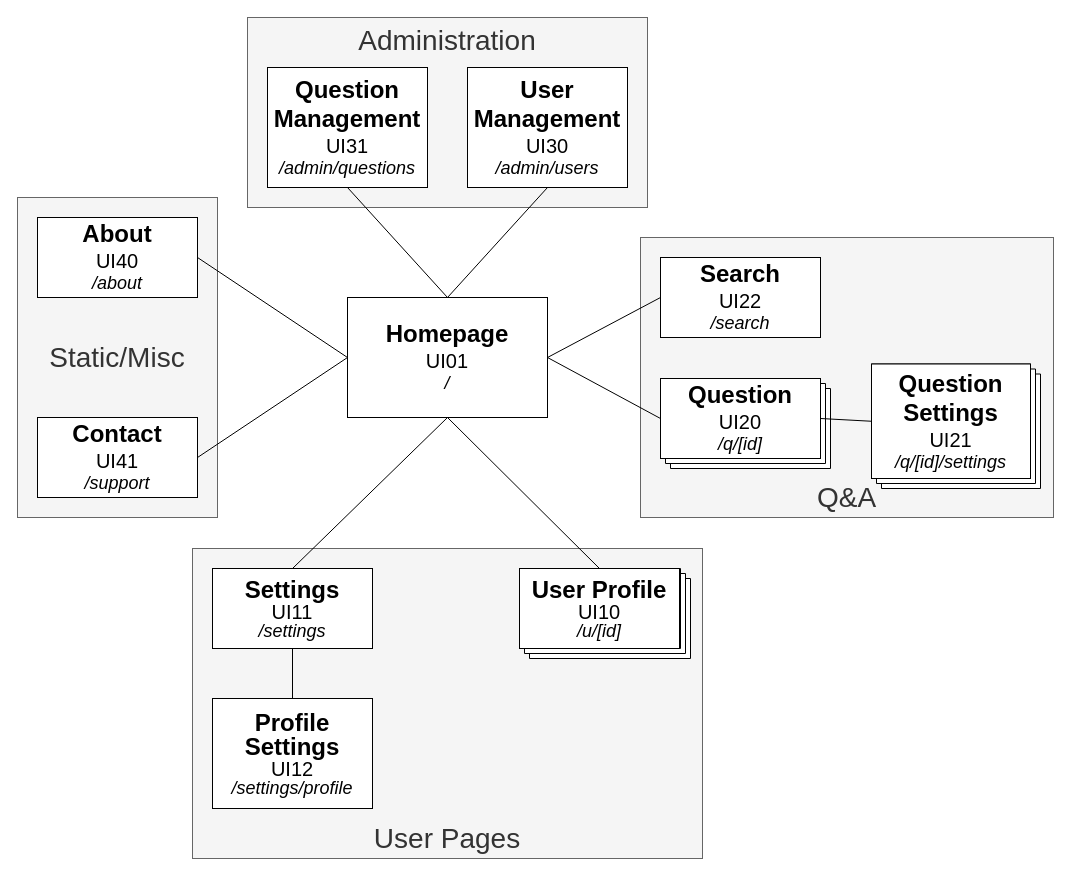
The draw.io diagram docs/sitemap.drawio in FabioMiguel2000/iNeedHelp, before the edit. Source tidied: cells renumbered, new cells numbered last; positions are measured from the earlier drawing's top-left corner, leaving out a move shared by most shapes. Both pictures are drawn from the tidied source at 100%, with x=0, y=0 at pixel (17, 17).
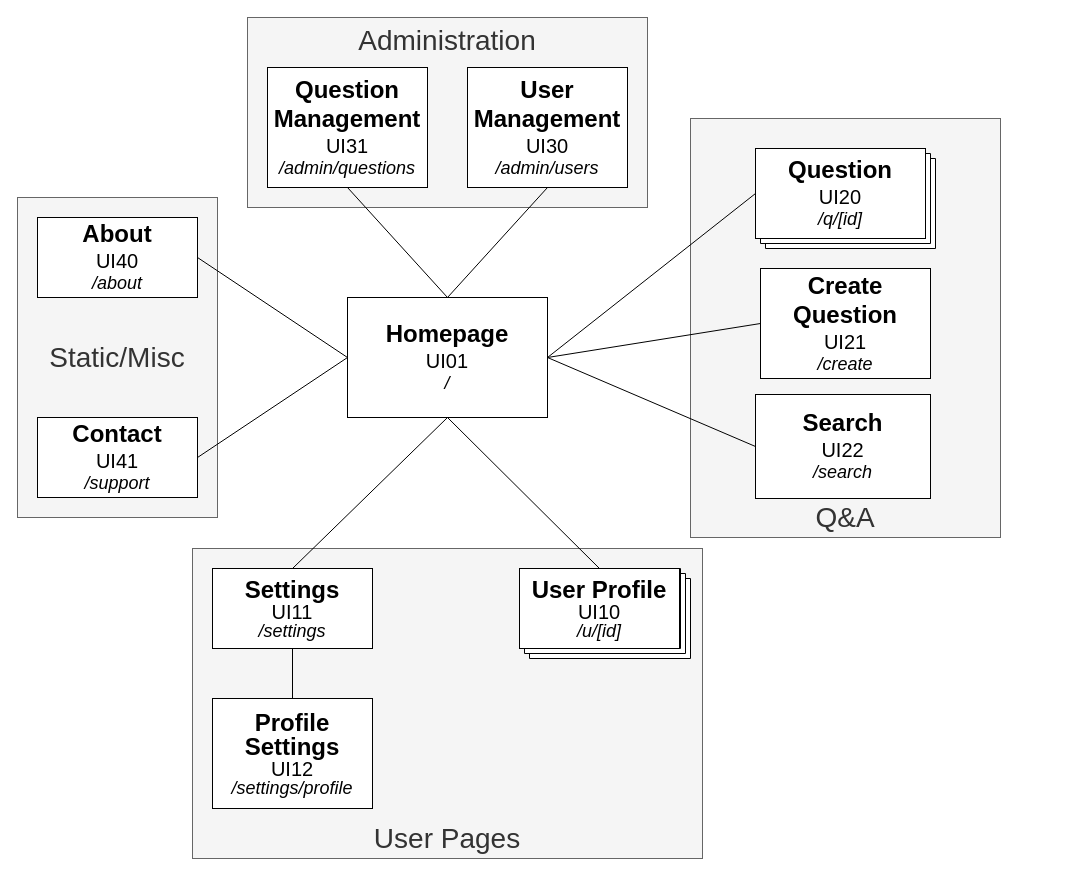
Above is the later version.

Commit message (it also covers changes not shown here):
sitemap and wireframe changes

The change refers to these unchanged cells:
```xml
<mxCell id="9" value="&lt;font&gt;&lt;b&gt;&lt;font style=&quot;font-size: 24px&quot;&gt;Homepage&lt;/font&gt;&lt;br&gt;&lt;/b&gt;&lt;/font&gt;&lt;font&gt;&lt;span style=&quot;font-size: 20px&quot;&gt;UI01&lt;/span&gt;&lt;br&gt;&lt;font style=&quot;font-size: 18px&quot;&gt;&lt;i&gt;/&lt;/i&gt;&lt;/font&gt;&lt;br&gt;&lt;/font&gt;" style="rounded=0;whiteSpace=wrap;html=1;fillColor=default;strokeColor=default;fontColor=default;spacing=2;" parent="1" vertex="1">
  <mxGeometry x="330" y="280" width="200" height="120" as="geometry" />
</mxCell>
```

Diff of the diagram source:
```diff
@@
     <mxCell id="2" value="&lt;font style=&quot;font-size: 28px&quot;&gt;Q&amp;amp;A&lt;/font&gt;" style="rounded=0;whiteSpace=wrap;html=1;fontColor=#333333;strokeColor=#666666;fillColor=#f5f5f5;verticalAlign=bottom;" parent="1" vertex="1">
-      <mxGeometry x="623" y="220" width="413" height="280" as="geometry" />
+      <mxGeometry x="673" y="101" width="310" height="419" as="geometry" />
     </mxCell>
-    <mxCell id="3" style="verticalLabelPosition=bottom;verticalAlign=top;html=1;shape=mxgraph.basic.layered_rect;dx=10;fontSize=16;strokeWidth=1;" parent="1" vertex="1">
-      <mxGeometry x="854" y="346.5" width="169" height="124.5" as="geometry" />
-    </mxCell>
@@
     <mxCell id="6" style="verticalLabelPosition=bottom;verticalAlign=top;html=1;shape=mxgraph.basic.layered_rect;dx=10;fontSize=16;strokeWidth=1;" parent="1" vertex="1">
-      <mxGeometry x="643" y="361" width="170" height="90" as="geometry" />
+      <mxGeometry x="738" y="131" width="180" height="100" as="geometry" />
     </mxCell>
@@
     <mxCell id="10" value="&lt;font&gt;&lt;b&gt;&lt;span style=&quot;font-size: 24px&quot;&gt;Question&lt;/span&gt;&lt;br&gt;&lt;/b&gt;&lt;/font&gt;&lt;font&gt;&lt;span style=&quot;font-size: 20px&quot;&gt;UI20&lt;/span&gt;&lt;br&gt;&lt;font style=&quot;font-size: 18px&quot;&gt;&lt;i&gt;/q/[id]&lt;/i&gt;&lt;/font&gt;&lt;br&gt;&lt;/font&gt;" style="rounded=0;whiteSpace=wrap;html=1;fillColor=default;strokeColor=default;fontColor=default;shadow=0;spacing=2;" parent="1" vertex="1">
-      <mxGeometry x="643" y="361" width="160" height="80" as="geometry" />
+      <mxGeometry x="738" y="131" width="170" height="90" as="geometry" />
     </mxCell>
@@
     <mxCell id="16" value="&lt;font&gt;&lt;b&gt;&lt;span style=&quot;font-size: 24px&quot;&gt;Search&lt;/span&gt;&lt;br&gt;&lt;/b&gt;&lt;/font&gt;&lt;font&gt;&lt;span style=&quot;font-size: 20px&quot;&gt;UI22&lt;/span&gt;&lt;br&gt;&lt;font style=&quot;font-size: 18px&quot;&gt;&lt;i&gt;/search&lt;/i&gt;&lt;/font&gt;&lt;br&gt;&lt;/font&gt;" style="rounded=0;whiteSpace=wrap;html=1;fillColor=default;strokeColor=default;fontColor=default;spacing=2;" parent="1" vertex="1">
-      <mxGeometry x="643" y="240" width="160" height="80" as="geometry" />
+      <mxGeometry x="738" y="377" width="175" height="104" as="geometry" />
     </mxCell>
@@
-    <mxCell id="28" value="&lt;font&gt;&lt;b&gt;&lt;span style=&quot;font-size: 24px&quot;&gt;Question Settings&lt;/span&gt;&lt;br&gt;&lt;/b&gt;&lt;/font&gt;&lt;font&gt;&lt;span style=&quot;font-size: 20px&quot;&gt;UI21&lt;/span&gt;&lt;br&gt;&lt;font style=&quot;font-size: 18px&quot;&gt;&lt;i&gt;/q/[id]/settings&lt;/i&gt;&lt;/font&gt;&lt;br&gt;&lt;/font&gt;" style="rounded=0;whiteSpace=wrap;html=1;fillColor=default;strokeColor=default;fontColor=default;shadow=0;spacing=2;" parent="1" vertex="1">
-      <mxGeometry x="854" y="346.5" width="159" height="114.5" as="geometry" />
-    </mxCell>
-    <mxCell id="29" style="endArrow=none;html=1;rounded=0;exitX=1;exitY=0.5;exitDx=0;exitDy=0;entryX=0;entryY=0.5;entryDx=0;entryDy=0;" parent="1" edge="1" source="10" target="28">
-      <mxGeometry relative="1" as="geometry" />
-    </mxCell>
+    <mxCell id="30" value="&lt;font&gt;&lt;b&gt;&lt;span style=&quot;font-size: 24px&quot;&gt;Create Question&lt;/span&gt;&lt;br&gt;&lt;/b&gt;&lt;/font&gt;&lt;font&gt;&lt;span style=&quot;font-size: 20px&quot;&gt;UI21&lt;/span&gt;&lt;br&gt;&lt;font style=&quot;font-size: 18px&quot;&gt;&lt;i&gt;/create&lt;/i&gt;&lt;/font&gt;&lt;br&gt;&lt;/font&gt;" style="rounded=0;whiteSpace=wrap;html=1;fillColor=default;strokeColor=default;fontColor=default;spacing=2;" parent="1" vertex="1">
+      <mxGeometry x="743" y="251" width="170" height="110" as="geometry" />
+    </mxCell>
+    <mxCell id="31" style="endArrow=none;html=1;rounded=0;entryX=1;entryY=0.5;entryDx=0;entryDy=0;exitX=0;exitY=0.5;exitDx=0;exitDy=0;" parent="1" edge="1" source="30" target="9">
+      <mxGeometry relative="1" as="geometry" />
+    </mxCell>
```
